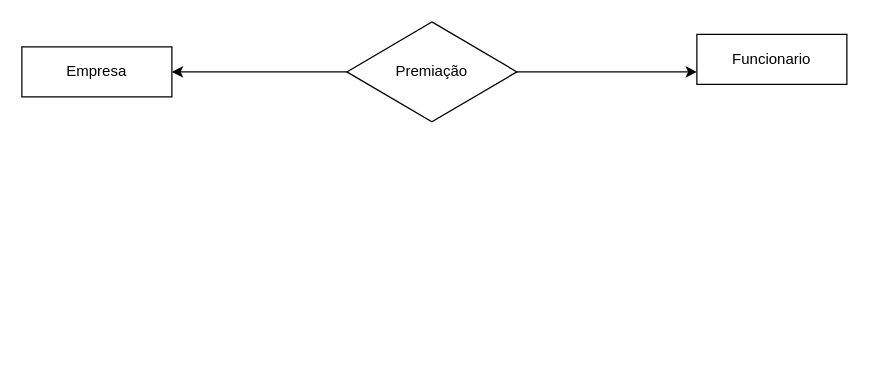
This is Atividade final UC2/Diagrama Modelagem de dados/Diagrama funcionariopremiação.drawio from geangela07/Atividades, a draw.io file, before an edit. Source tidied: cells renumbered, new cells numbered last; positions are measured from the earlier drawing's top-left corner, leaving out a move shared by most shapes. Both pictures are drawn from the tidied source at 125%, with x=0, y=0 at pixel (21, 21).
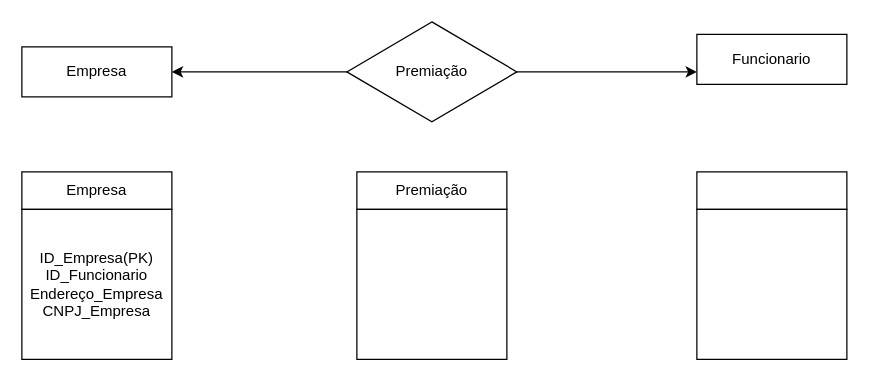
Above is the later version.

Diff of the diagram source:
```diff
@@
 <mxGraphModel>
   <root>
     <mxCell id="0" />
     <mxCell id="1" parent="0" />
     <mxCell id="2" value="Empresa" style="rounded=0;whiteSpace=wrap;html=1;" parent="1" vertex="1">
       <mxGeometry y="20" width="120" height="40" as="geometry" />
     </mxCell>
     <mxCell id="3" value="Premiação" style="rhombus;whiteSpace=wrap;html=1;" parent="1" vertex="1">
       <mxGeometry x="260" width="136" height="80" as="geometry" />
     </mxCell>
     <mxCell id="4" value="Funcionario" style="rounded=0;whiteSpace=wrap;html=1;" parent="1" vertex="1">
       <mxGeometry x="540" y="10" width="120" height="40" as="geometry" />
     </mxCell>
     <mxCell id="5" style="endArrow=classic;html=1;rounded=0;entryX=1;entryY=0.5;entryDx=0;entryDy=0;exitX=0;exitY=0.5;exitDx=0;exitDy=0;" parent="1" edge="1" source="3" target="2">
       <mxGeometry relative="1" as="geometry" />
     </mxCell>
     <mxCell id="6" style="endArrow=classic;html=1;rounded=0;entryX=0;entryY=0.75;entryDx=0;entryDy=0;exitX=1;exitY=0.5;exitDx=0;exitDy=0;" parent="1" edge="1" source="3" target="4">
       <mxGeometry relative="1" as="geometry" />
     </mxCell>
+    <mxCell id="7" value="Empresa" style="rounded=0;whiteSpace=wrap;html=1;" parent="1" vertex="1">
+      <mxGeometry y="120" width="120" height="30" as="geometry" />
+    </mxCell>
+    <mxCell id="8" value="ID_Empresa(PK)&lt;br&gt;ID_Funcionario&lt;br&gt;Endereço_Empresa&lt;br&gt;CNPJ_Empresa" style="whiteSpace=wrap;html=1;" parent="1" vertex="1">
+      <mxGeometry y="150" width="120" height="120" as="geometry" />
+    </mxCell>
+    <mxCell id="9" value="Premiação" style="rounded=0;whiteSpace=wrap;html=1;" parent="1" vertex="1">
+      <mxGeometry x="268" y="120" width="120" height="30" as="geometry" />
+    </mxCell>
+    <mxCell id="10" style="whiteSpace=wrap;html=1;" parent="1" vertex="1">
+      <mxGeometry x="268" y="150" width="120" height="120" as="geometry" />
+    </mxCell>
+    <mxCell id="11" style="rounded=0;whiteSpace=wrap;html=1;" parent="1" vertex="1">
+      <mxGeometry x="540" y="120" width="120" height="30" as="geometry" />
+    </mxCell>
+    <mxCell id="12" style="whiteSpace=wrap;html=1;" parent="1" vertex="1">
+      <mxGeometry x="540" y="150" width="120" height="120" as="geometry" />
+    </mxCell>
   </root>
 </mxGraphModel>
```
